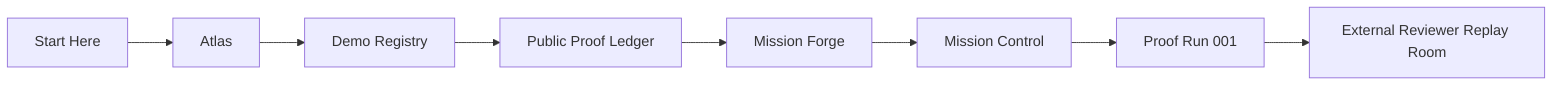
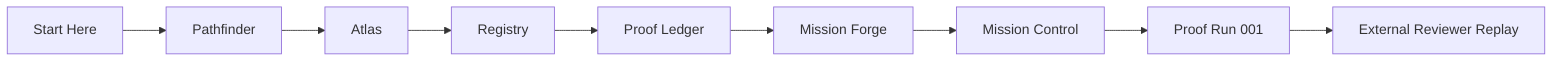
flowchart LR
-   N0["Start Here"] --> N1["Atlas"]
-   N1["Atlas"] --> N2["Demo Registry"]
-   N2["Demo Registry"] --> N3["Public Proof Ledger"]
-   N3["Public Proof Ledger"] --> N4["Mission Forge"]
-   N4["Mission Forge"] --> N5["Mission Control"]
-   N5["Mission Control"] --> N6["Proof Run 001"]
-   N6["Proof Run 001"] --> N7["External Reviewer Replay Room"]
+   N0["Start Here"] --> N1["Pathfinder"]
+   N1["Pathfinder"] --> N2["Atlas"]
+   N2["Atlas"] --> N3["Registry"]
+   N3["Registry"] --> N4["Proof Ledger"]
+   N4["Proof Ledger"] --> N5["Mission Forge"]
+   N5["Mission Forge"] --> N6["Mission Control"]
+   N6["Mission Control"] --> N7["Proof Run 001"]
+   N7["Proof Run 001"] --> N8["External Reviewer Replay"]
